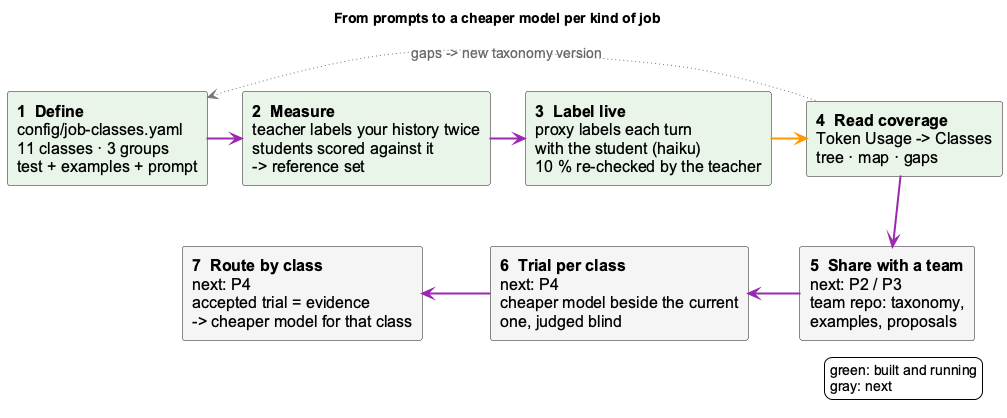
Above: docs/images/job-class-lifecycle.png in fwornle/coding (PlantUML), before the change. Its diagram source:
```plantuml
@startuml job-class-lifecycle
!include _standard-style.puml
skinparam defaultFontSize 16
skinparam componentFontSize 16
skinparam arrowFontSize 14
skinparam shadowing false
skinparam componentStyle rectangle
hide stereotype
title From prompts to a cheaper model per kind of job

component "**1  Define**\nconfig/job-classes.yaml\n11 classes · 3 groups\ntest + examples + prompt" as define <<core>>
component "**2  Measure**\nteacher labels your history twice\nstudents scored against it\n-> reference set" as measure <<core>>
component "**3  Label live**\nproxy labels each turn\nwith the student (haiku)\n10 % re-checked by the teacher" as live <<core>>
component "**4  Read coverage**\nToken Usage -> Classes\ntree · map · gaps" as read <<core>>
component "**5  Share with a team**\nnext: P2 / P3\nteam repo: taxonomy,\nexamples, proposals" as share <<external>>
component "**6  Trial per class**\nnext: P4\ncheaper model beside the current\none, judged blind" as trial <<external>>
component "**7  Route by class**\nnext: P4\naccepted trial = evidence\n-> cheaper model for that class" as route <<external>>

define -[#9C27B0,thickness=2]right-> measure
measure -[#9C27B0,thickness=2]right-> live
live -[#FF9800,thickness=2]right-> read
read -[#9C27B0,thickness=2]down-> share
share -[#9C27B0,thickness=2]left-> trial
trial -[#9C27B0,thickness=2]left-> route
define -[hidden]down- route
read -[#757575,thickness=1,dotted,norank]-> define : gaps -> new taxonomy version

legend right
  green: built and running
  gray: next
endlegend
@enduml
```
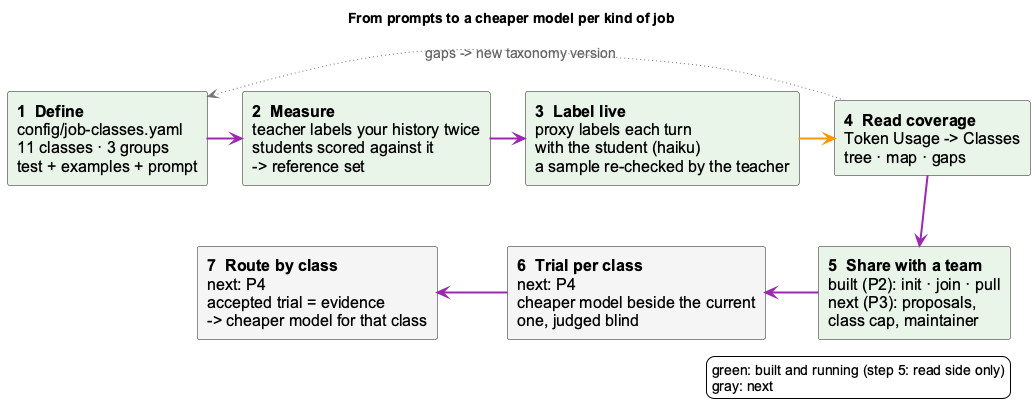
The same file after the commit.

Commit message:
docs(job-classes): team setup is built; the deck says how

Diff of the diagram source:
```diff
@@ -10,9 +10,9 @@
 
 component "**1  Define**\nconfig/job-classes.yaml\n11 classes · 3 groups\ntest + examples + prompt" as define <<core>>
 component "**2  Measure**\nteacher labels your history twice\nstudents scored against it\n-> reference set" as measure <<core>>
-component "**3  Label live**\nproxy labels each turn\nwith the student (haiku)\n10 % re-checked by the teacher" as live <<core>>
+component "**3  Label live**\nproxy labels each turn\nwith the student (haiku)\na sample re-checked by the teacher" as live <<core>>
 component "**4  Read coverage**\nToken Usage -> Classes\ntree · map · gaps" as read <<core>>
-component "**5  Share with a team**\nnext: P2 / P3\nteam repo: taxonomy,\nexamples, proposals" as share <<external>>
+component "**5  Share with a team**\nbuilt (P2): init · join · pull\nnext (P3): proposals,\nclass cap, maintainer" as share <<core>>
 component "**6  Trial per class**\nnext: P4\ncheaper model beside the current\none, judged blind" as trial <<external>>
 component "**7  Route by class**\nnext: P4\naccepted trial = evidence\n-> cheaper model for that class" as route <<external>>
 
@@ -26,7 +26,7 @@
 read -[#757575,thickness=1,dotted,norank]-> define : gaps -> new taxonomy version
 
 legend right
-  green: built and running
+  green: built and running (step 5: read side only)
   gray: next
 endlegend
 @enduml
```
